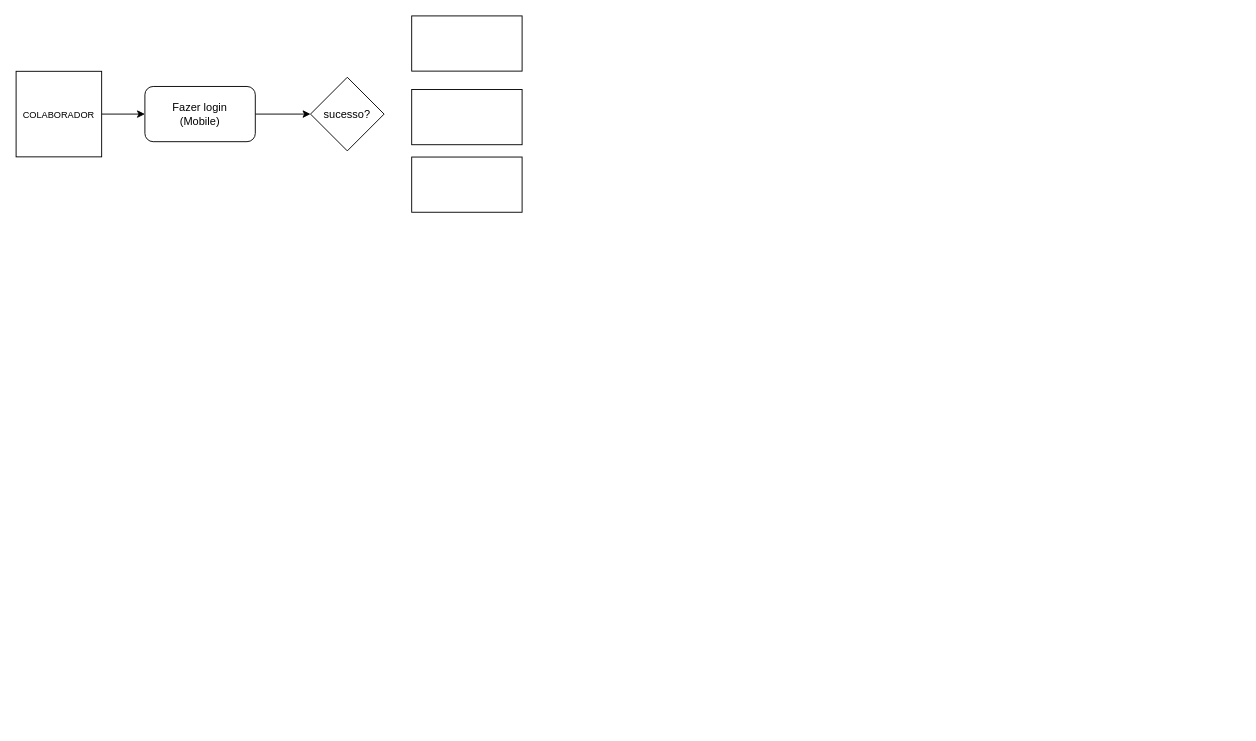
Above: Diagrama sem nome.drawio in Antonio-HOS/DFD (draw.io), before the change. Source tidied: cells renumbered, new cells numbered last; positions are measured from the earlier drawing's top-left corner, leaving out a move shared by most shapes. Both pictures are drawn from the tidied source at 92%, with x=0, y=0 at pixel (16, 16).
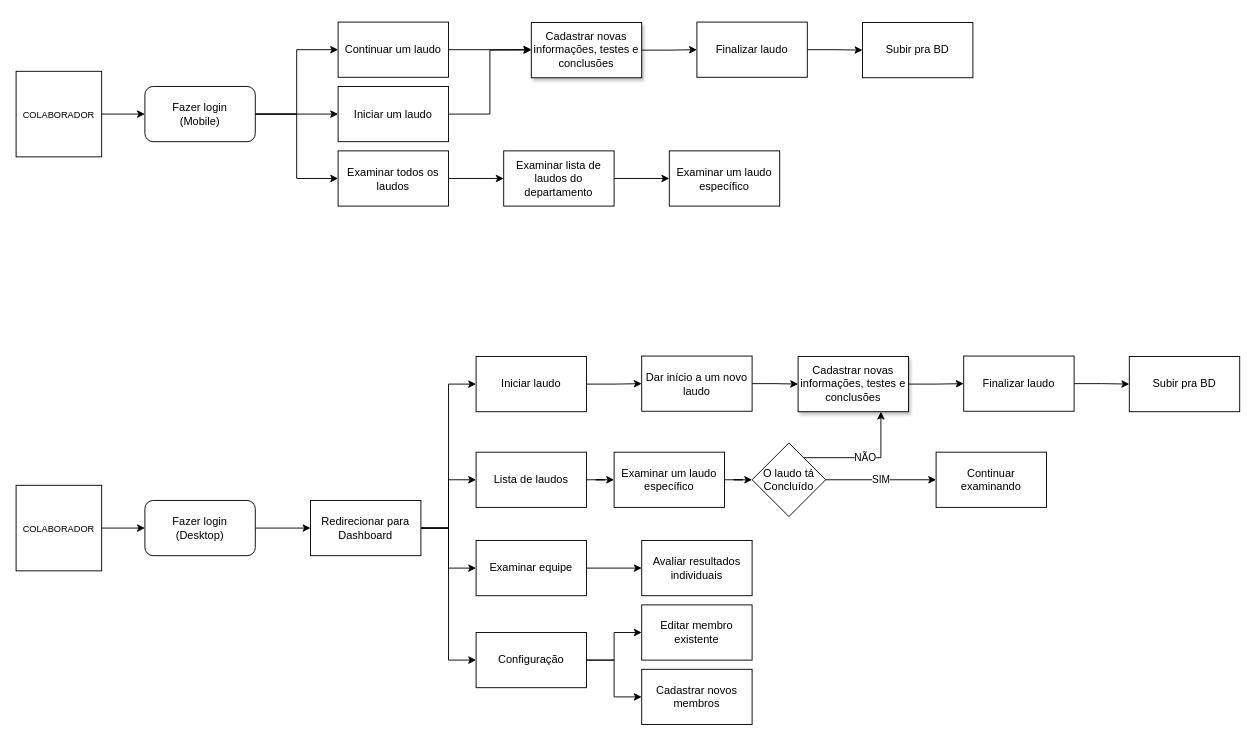
After the change.

Unchanged cells that the change refers to:
```xml
<mxCell id="6" value="Fazer login&lt;br&gt;&lt;div&gt;(Mobile)&lt;/div&gt;" style="rounded=1;whiteSpace=wrap;html=1;" parent="1" vertex="1">
  <mxGeometry x="140" y="76.5" width="120" height="60" as="geometry" />
</mxCell>
```

What changed in the source:
```diff
@@
-    <mxCell id="2" value="sucesso?" style="rhombus;whiteSpace=wrap;html=1;" parent="1" vertex="1">
-      <mxGeometry x="320" y="66.5" width="80" height="80" as="geometry" />
-    </mxCell>
@@
-    <mxCell id="5" style="edgeStyle=orthogonalEdgeStyle;rounded=0;jettySize=auto;html=1;entryX=0;entryY=0.5;entryDx=0;entryDy=0;" parent="1" edge="1" source="6" target="2">
+    <mxCell id="5" style="edgeStyle=orthogonalEdgeStyle;rounded=0;jettySize=auto;html=1;entryX=0;entryY=0.5;entryDx=0;entryDy=0;" parent="1" edge="1" source="6" target="17">
       <mxGeometry relative="1" as="geometry" />
     </mxCell>
+    <mxCell id="10" style="edgeStyle=orthogonalEdgeStyle;rounded=0;jettySize=auto;html=1;exitX=1;exitY=0.5;exitDx=0;exitDy=0;entryX=0;entryY=0.5;entryDx=0;entryDy=0;" parent="1" edge="1" source="6" target="13">
+      <mxGeometry relative="1" as="geometry" />
+    </mxCell>
+    <mxCell id="11" style="edgeStyle=orthogonalEdgeStyle;rounded=0;jettySize=auto;html=1;entryX=0;entryY=0.5;entryDx=0;entryDy=0;" parent="1" edge="1" source="6" target="15">
+      <mxGeometry relative="1" as="geometry" />
+    </mxCell>
@@
-    <mxCell id="7" style="rounded=0;whiteSpace=wrap;html=1;" parent="1" vertex="1">
-      <mxGeometry x="430" y="-0.2" width="120" height="60" as="geometry" />
-    </mxCell>
-    <mxCell id="8" style="rounded=0;whiteSpace=wrap;html=1;" parent="1" vertex="1">
-      <mxGeometry x="430" y="153.2" width="120" height="60" as="geometry" />
-    </mxCell>
-    <mxCell id="9" style="rounded=0;whiteSpace=wrap;html=1;" parent="1" vertex="1">
-      <mxGeometry x="430" y="79.8" width="120" height="60" as="geometry" />
-    </mxCell>
+    <mxCell id="12" style="edgeStyle=orthogonalEdgeStyle;rounded=0;jettySize=auto;html=1;exitX=1;exitY=0.5;exitDx=0;exitDy=0;" parent="1" edge="1" source="13">
+      <mxGeometry relative="1" as="geometry">
+        <mxPoint x="560" y="36.2" as="targetPoint" />
+      </mxGeometry>
+    </mxCell>
+    <mxCell id="13" value="Continuar um laudo" style="rounded=0;whiteSpace=wrap;html=1;" parent="1" vertex="1">
+      <mxGeometry x="350" y="6.5" width="120" height="60" as="geometry" />
+    </mxCell>
+    <mxCell id="14" style="edgeStyle=orthogonalEdgeStyle;rounded=0;jettySize=auto;html=1;" parent="1" edge="1" source="15" target="24">
+      <mxGeometry relative="1" as="geometry" />
+    </mxCell>
+    <mxCell id="15" value="Examinar todos os laudos" style="rounded=0;whiteSpace=wrap;html=1;" parent="1" vertex="1">
+      <mxGeometry x="350" y="146.5" width="120" height="60" as="geometry" />
+    </mxCell>
+    <mxCell id="16" style="edgeStyle=orthogonalEdgeStyle;rounded=0;jettySize=auto;html=1;entryX=0;entryY=0.5;entryDx=0;entryDy=0;" parent="1" edge="1" source="17" target="19">
+      <mxGeometry relative="1" as="geometry" />
+    </mxCell>
+    <mxCell id="17" value="Iniciar um laudo" style="rounded=0;whiteSpace=wrap;html=1;" parent="1" vertex="1">
+      <mxGeometry x="350" y="76.5" width="120" height="60" as="geometry" />
+    </mxCell>
+    <mxCell id="18" style="edgeStyle=orthogonalEdgeStyle;rounded=0;jettySize=auto;html=1;entryX=0;entryY=0.5;entryDx=0;entryDy=0;" parent="1" edge="1" source="19" target="21">
+      <mxGeometry relative="1" as="geometry" />
+    </mxCell>
+    <mxCell id="19" value="Cadastrar novas informações, testes e conclusões" style="rounded=0;whiteSpace=wrap;html=1;shadow=1;" parent="1" vertex="1">
+      <mxGeometry x="560" y="7" width="120" height="60" as="geometry" />
+    </mxCell>
+    <mxCell id="20" style="edgeStyle=orthogonalEdgeStyle;rounded=0;jettySize=auto;html=1;entryX=0;entryY=0.5;entryDx=0;entryDy=0;" parent="1" edge="1" source="21" target="22">
+      <mxGeometry relative="1" as="geometry" />
+    </mxCell>
+    <mxCell id="21" value="Finalizar laudo" style="rounded=0;whiteSpace=wrap;html=1;" parent="1" vertex="1">
+      <mxGeometry x="740" y="6.5" width="120" height="60" as="geometry" />
+    </mxCell>
+    <mxCell id="22" value="Subir pra BD" style="rounded=0;whiteSpace=wrap;html=1;" parent="1" vertex="1">
+      <mxGeometry x="920" y="7" width="120" height="60" as="geometry" />
+    </mxCell>
+    <mxCell id="23" style="edgeStyle=orthogonalEdgeStyle;rounded=0;jettySize=auto;html=1;exitX=1;exitY=0.5;exitDx=0;exitDy=0;entryX=0;entryY=0.5;entryDx=0;entryDy=0;" parent="1" edge="1" source="24" target="25">
+      <mxGeometry relative="1" as="geometry" />
+    </mxCell>
+    <mxCell id="24" value="Examinar lista de laudos do departamento" style="rounded=0;whiteSpace=wrap;html=1;" parent="1" vertex="1">
+      <mxGeometry x="530" y="146.5" width="120" height="60" as="geometry" />
+    </mxCell>
+    <mxCell id="25" value="Examinar um laudo específico" style="rounded=0;whiteSpace=wrap;html=1;" parent="1" vertex="1">
+      <mxGeometry x="710" y="146.5" width="120" height="60" as="geometry" />
+    </mxCell>
+    <mxCell id="26" style="edgeStyle=orthogonalEdgeStyle;rounded=0;jettySize=auto;html=1;entryX=0;entryY=0.5;entryDx=0;entryDy=0;" parent="1" edge="1" source="27" target="29">
+      <mxGeometry relative="1" as="geometry" />
+    </mxCell>
+    <mxCell id="27" value="COLABORADOR" style="whiteSpace=wrap;html=1;fontSize=10;" parent="1" vertex="1">
+      <mxGeometry y="510" width="93" height="93" as="geometry" />
+    </mxCell>
+    <mxCell id="28" style="edgeStyle=orthogonalEdgeStyle;rounded=0;jettySize=auto;html=1;entryX=0;entryY=0.5;entryDx=0;entryDy=0;" parent="1" edge="1" source="29" target="34">
+      <mxGeometry relative="1" as="geometry" />
+    </mxCell>
+    <mxCell id="29" value="Fazer login&lt;br&gt;&lt;div&gt;(Desktop)&lt;/div&gt;" style="rounded=1;whiteSpace=wrap;html=1;" parent="1" vertex="1">
+      <mxGeometry x="140" y="526.5" width="120" height="60" as="geometry" />
+    </mxCell>
+    <mxCell id="30" style="edgeStyle=orthogonalEdgeStyle;rounded=0;jettySize=auto;html=1;entryX=0;entryY=0.5;entryDx=0;entryDy=0;" parent="1" edge="1" source="34" target="36">
+      <mxGeometry relative="1" as="geometry" />
+    </mxCell>
+    <mxCell id="31" style="edgeStyle=orthogonalEdgeStyle;rounded=0;jettySize=auto;html=1;entryX=0;entryY=0.5;entryDx=0;entryDy=0;" parent="1" edge="1" source="34" target="38">
+      <mxGeometry relative="1" as="geometry" />
+    </mxCell>
+    <mxCell id="32" style="edgeStyle=orthogonalEdgeStyle;rounded=0;jettySize=auto;html=1;entryX=0;entryY=0.5;entryDx=0;entryDy=0;" parent="1" edge="1" source="34" target="40">
+      <mxGeometry relative="1" as="geometry" />
+    </mxCell>
+    <mxCell id="33" style="edgeStyle=orthogonalEdgeStyle;rounded=0;jettySize=auto;html=1;entryX=0;entryY=0.5;entryDx=0;entryDy=0;" parent="1" edge="1" source="34" target="43">
+      <mxGeometry relative="1" as="geometry" />
+    </mxCell>
+    <mxCell id="34" value="Redirecionar para Dashboard" style="rounded=0;whiteSpace=wrap;html=1;" parent="1" vertex="1">
+      <mxGeometry x="320" y="526.5" width="120" height="60" as="geometry" />
+    </mxCell>
+    <mxCell id="35" style="edgeStyle=orthogonalEdgeStyle;rounded=0;jettySize=auto;html=1;entryX=0;entryY=0.5;entryDx=0;entryDy=0;" parent="1" edge="1" source="36" target="45">
+      <mxGeometry relative="1" as="geometry" />
+    </mxCell>
+    <mxCell id="36" value="Iniciar laudo" style="rounded=0;whiteSpace=wrap;html=1;" parent="1" vertex="1">
+      <mxGeometry x="500" y="370" width="120" height="60" as="geometry" />
+    </mxCell>
+    <mxCell id="37" style="edgeStyle=orthogonalEdgeStyle;rounded=0;jettySize=auto;html=1;entryX=0;entryY=0.5;entryDx=0;entryDy=0;" parent="1" edge="1" source="38" target="52">
+      <mxGeometry relative="1" as="geometry" />
+    </mxCell>
+    <mxCell id="38" value="Lista de laudos" style="rounded=0;whiteSpace=wrap;html=1;" parent="1" vertex="1">
+      <mxGeometry x="500" y="474" width="120" height="60" as="geometry" />
+    </mxCell>
+    <mxCell id="39" style="edgeStyle=orthogonalEdgeStyle;rounded=0;jettySize=auto;html=1;entryX=0;entryY=0.5;entryDx=0;entryDy=0;" parent="1" edge="1" source="40" target="57">
+      <mxGeometry relative="1" as="geometry" />
+    </mxCell>
+    <mxCell id="40" value="Examinar equipe" style="rounded=0;whiteSpace=wrap;html=1;" parent="1" vertex="1">
+      <mxGeometry x="500" y="570" width="120" height="60" as="geometry" />
+    </mxCell>
+    <mxCell id="41" style="edgeStyle=orthogonalEdgeStyle;rounded=0;jettySize=auto;html=1;entryX=0;entryY=0.5;entryDx=0;entryDy=0;" parent="1" edge="1" source="43" target="59">
+      <mxGeometry relative="1" as="geometry" />
+    </mxCell>
+    <mxCell id="42" style="edgeStyle=orthogonalEdgeStyle;rounded=0;jettySize=auto;html=1;entryX=0;entryY=0.5;entryDx=0;entryDy=0;" parent="1" edge="1" source="43" target="58">
+      <mxGeometry relative="1" as="geometry" />
+    </mxCell>
+    <mxCell id="43" value="Configuração" style="rounded=0;whiteSpace=wrap;html=1;" parent="1" vertex="1">
+      <mxGeometry x="500" y="670" width="120" height="60" as="geometry" />
+    </mxCell>
+    <mxCell id="44" style="edgeStyle=orthogonalEdgeStyle;rounded=0;jettySize=auto;html=1;entryX=0;entryY=0.5;entryDx=0;entryDy=0;" parent="1" edge="1" source="45" target="47">
+      <mxGeometry relative="1" as="geometry" />
+    </mxCell>
+    <mxCell id="45" value="Dar início a um novo laudo" style="rounded=0;whiteSpace=wrap;html=1;" parent="1" vertex="1">
+      <mxGeometry x="680" y="369.5" width="120" height="60" as="geometry" />
+    </mxCell>
+    <mxCell id="46" style="edgeStyle=orthogonalEdgeStyle;rounded=0;jettySize=auto;html=1;entryX=0;entryY=0.5;entryDx=0;entryDy=0;" parent="1" edge="1" source="47" target="49">
+      <mxGeometry relative="1" as="geometry" />
+    </mxCell>
+    <mxCell id="47" value="Cadastrar novas informações, testes e conclusões" style="rounded=0;whiteSpace=wrap;html=1;shadow=1;" parent="1" vertex="1">
+      <mxGeometry x="850" y="370" width="120" height="60" as="geometry" />
+    </mxCell>
+    <mxCell id="48" style="edgeStyle=orthogonalEdgeStyle;rounded=0;jettySize=auto;html=1;entryX=0;entryY=0.5;entryDx=0;entryDy=0;" parent="1" edge="1" source="49" target="50">
+      <mxGeometry relative="1" as="geometry" />
+    </mxCell>
+    <mxCell id="49" value="Finalizar laudo" style="rounded=0;whiteSpace=wrap;html=1;" parent="1" vertex="1">
+      <mxGeometry x="1030" y="369.5" width="120" height="60" as="geometry" />
+    </mxCell>
+    <mxCell id="50" value="Subir pra BD" style="rounded=0;whiteSpace=wrap;html=1;" parent="1" vertex="1">
+      <mxGeometry x="1210" y="370" width="120" height="60" as="geometry" />
+    </mxCell>
+    <mxCell id="51" style="edgeStyle=orthogonalEdgeStyle;rounded=0;jettySize=auto;html=1;entryX=0;entryY=0.5;entryDx=0;entryDy=0;" parent="1" edge="1" source="52" target="55">
+      <mxGeometry relative="1" as="geometry" />
+    </mxCell>
+    <mxCell id="52" value="Examinar um laudo específico" style="rounded=0;whiteSpace=wrap;html=1;" parent="1" vertex="1">
+      <mxGeometry x="650" y="474" width="120" height="60" as="geometry" />
+    </mxCell>
+    <mxCell id="53" value="NÃO" style="edgeStyle=orthogonalEdgeStyle;rounded=0;jettySize=auto;html=1;entryX=0.75;entryY=1;entryDx=0;entryDy=0;" parent="1" edge="1" source="55" target="47">
+      <mxGeometry relative="1" as="geometry">
+        <Array as="points">
+          <mxPoint x="940" y="480" />
+        </Array>
+      </mxGeometry>
+    </mxCell>
+    <mxCell id="54" value="SIM" style="edgeStyle=orthogonalEdgeStyle;rounded=0;jettySize=auto;html=1;entryX=0;entryY=0.5;entryDx=0;entryDy=0;" parent="1" edge="1" source="55" target="56">
+      <mxGeometry relative="1" as="geometry" />
+    </mxCell>
+    <mxCell id="55" value="O laudo tá Concluído" style="rhombus;whiteSpace=wrap;html=1;" parent="1" vertex="1">
+      <mxGeometry x="800" y="464" width="80" height="80" as="geometry" />
+    </mxCell>
+    <mxCell id="56" value="Continuar examinando" style="rounded=0;whiteSpace=wrap;html=1;" parent="1" vertex="1">
+      <mxGeometry x="1000" y="474" width="120" height="60" as="geometry" />
+    </mxCell>
+    <mxCell id="57" value="Avaliar resultados individuais" style="rounded=0;whiteSpace=wrap;html=1;" parent="1" vertex="1">
+      <mxGeometry x="680" y="570" width="120" height="60" as="geometry" />
+    </mxCell>
+    <mxCell id="58" value="Cadastrar novos membros" style="rounded=0;whiteSpace=wrap;html=1;" parent="1" vertex="1">
+      <mxGeometry x="680" y="710" width="120" height="60" as="geometry" />
+    </mxCell>
+    <mxCell id="59" value="Editar membro existente" style="rounded=0;whiteSpace=wrap;html=1;" parent="1" vertex="1">
+      <mxGeometry x="680" y="640" width="120" height="60" as="geometry" />
+    </mxCell>
```
